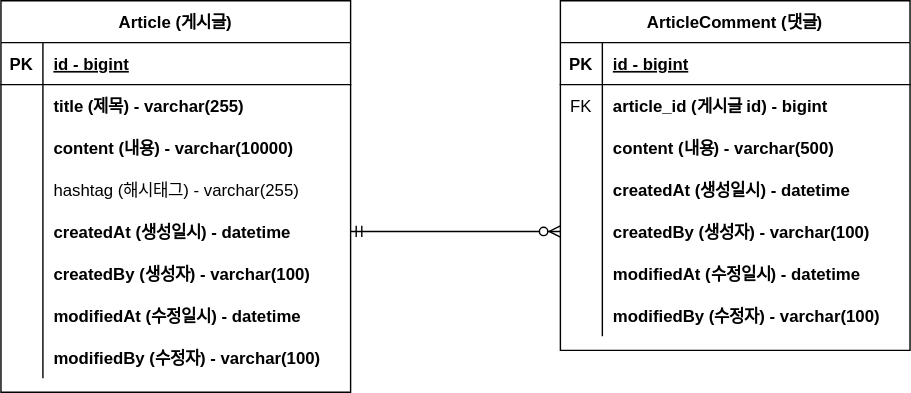
Above: document/project-board-erd.svg in mugon-jeong/fastcampus-project-board (draw.io), before the change. Source tidied: cells renumbered, new cells last; positions are measured from the earlier drawing's top-left corner, leaving out a move shared by most shapes.
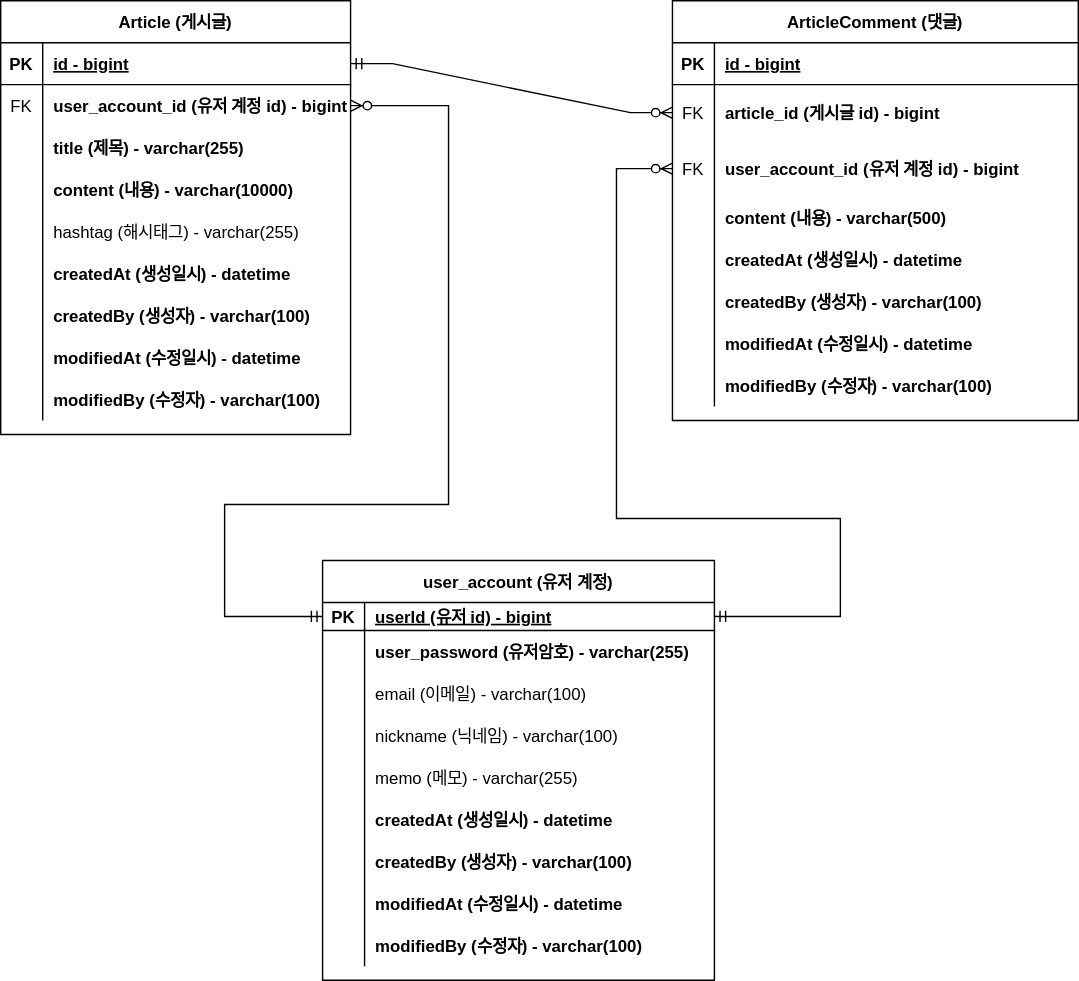
After the commit.

Commit message:
회원계정 도메인 erd 반영

Change to the diagram source:
```diff
@@ -3,7 +3,7 @@
     <mxCell id="0" />
     <mxCell id="1" parent="0" />
     <mxCell id="2" value="Article (게시글)" style="shape=table;startSize=30;rowLines=0;fontStyle=1;align=center;" parent="1" vertex="1">
-      <mxGeometry width="250" height="280" as="geometry" />
+      <mxGeometry width="250" height="310" as="geometry" />
     </mxCell>
     <mxCell id="3" style="shape=partialRectangle;fillColor=none;points=[[0,0.5],[1,0.5]];portConstraint=eastwest;top=0;left=0;right=0;bottom=1;" parent="2" vertex="1">
       <mxGeometry y="30" width="250" height="30" as="geometry" />
@@ -17,14 +17,23 @@
     <mxCell id="6" style="shape=partialRectangle;fillColor=none;points=[[0,0.5],[1,0.5]];portConstraint=eastwest;top=0;left=0;right=0;bottom=0;" parent="2" vertex="1">
       <mxGeometry y="60" width="250" height="30" as="geometry" />
     </mxCell>
-    <mxCell id="7" style="shape=partialRectangle;overflow=hidden;fillColor=none;top=0;left=0;bottom=0;right=0;" parent="6" vertex="1">
+    <mxCell id="7" value="FK" style="shape=partialRectangle;overflow=hidden;fillColor=none;top=0;left=0;bottom=0;right=0;" parent="6" vertex="1">
       <mxGeometry width="30" height="30" as="geometry" />
     </mxCell>
-    <mxCell id="8" value="title (제목) - varchar(255)" style="shape=partialRectangle;overflow=hidden;fillColor=none;top=0;left=0;bottom=0;right=0;align=left;spacingLeft=6;fontStyle=1;" parent="6" vertex="1">
+    <mxCell id="8" value="user_account_id (유저 계정 id) - bigint" style="shape=partialRectangle;overflow=hidden;fillColor=none;top=0;left=0;bottom=0;right=0;align=left;spacingLeft=6;fontStyle=1;" parent="6" vertex="1">
       <mxGeometry x="30" width="220" height="30" as="geometry" />
     </mxCell>
+    <mxCell id="50" style="shape=partialRectangle;fillColor=none;top=0;left=0;right=0;bottom=0;" parent="2" vertex="1">
+      <mxGeometry y="90" width="250" height="30" as="geometry" />
+    </mxCell>
+    <mxCell id="51" style="shape=partialRectangle;overflow=hidden;fillColor=none;top=0;left=0;bottom=0;right=0;" parent="50" vertex="1">
+      <mxGeometry width="30" height="30" as="geometry" />
+    </mxCell>
+    <mxCell id="52" value="title (제목) - varchar(255)" style="shape=partialRectangle;overflow=hidden;fillColor=none;top=0;left=0;bottom=0;right=0;align=left;spacingLeft=6;fontStyle=1;" parent="50" vertex="1">
+      <mxGeometry x="30" width="220" height="30" as="geometry" />
+    </mxCell>
     <mxCell id="9" style="shape=partialRectangle;fillColor=none;top=0;left=0;right=0;bottom=0;" parent="2" vertex="1">
-      <mxGeometry y="90" width="250" height="30" as="geometry" />
+      <mxGeometry y="120" width="250" height="30" as="geometry" />
     </mxCell>
     <mxCell id="10" style="shape=partialRectangle;overflow=hidden;fillColor=none;top=0;left=0;bottom=0;right=0;" parent="9" vertex="1">
       <mxGeometry width="30" height="30" as="geometry" />
@@ -33,7 +42,7 @@
       <mxGeometry x="30" width="220" height="30" as="geometry" />
     </mxCell>
     <mxCell id="12" style="shape=partialRectangle;fillColor=none;top=0;left=0;right=0;bottom=0;" parent="2" vertex="1">
-      <mxGeometry y="120" width="250" height="30" as="geometry" />
+      <mxGeometry y="150" width="250" height="30" as="geometry" />
     </mxCell>
     <mxCell id="13" style="shape=partialRectangle;overflow=hidden;fillColor=none;top=0;left=0;bottom=0;right=0;" parent="12" vertex="1">
       <mxGeometry width="30" height="30" as="geometry" />
@@ -42,7 +51,7 @@
       <mxGeometry x="30" width="220" height="30" as="geometry" />
     </mxCell>
     <mxCell id="15" style="shape=partialRectangle;fillColor=none;points=[[0,0.5],[1,0.5]];portConstraint=eastwest;top=0;left=0;right=0;bottom=0;" parent="2" vertex="1">
-      <mxGeometry y="150" width="250" height="30" as="geometry" />
+      <mxGeometry y="180" width="250" height="30" as="geometry" />
     </mxCell>
     <mxCell id="16" style="shape=partialRectangle;overflow=hidden;fillColor=none;top=0;left=0;bottom=0;right=0;" parent="15" vertex="1">
       <mxGeometry width="30" height="30" as="geometry" />
@@ -51,7 +60,7 @@
       <mxGeometry x="30" width="220" height="30" as="geometry" />
     </mxCell>
     <mxCell id="18" style="shape=partialRectangle;fillColor=none;top=0;left=0;right=0;bottom=0;" parent="2" vertex="1">
-      <mxGeometry y="180" width="250" height="30" as="geometry" />
+      <mxGeometry y="210" width="250" height="30" as="geometry" />
     </mxCell>
     <mxCell id="19" style="shape=partialRectangle;overflow=hidden;fillColor=none;top=0;left=0;bottom=0;right=0;" parent="18" vertex="1">
       <mxGeometry width="30" height="30" as="geometry" />
@@ -60,7 +69,7 @@
       <mxGeometry x="30" width="220" height="30" as="geometry" />
     </mxCell>
     <mxCell id="21" style="shape=partialRectangle;fillColor=none;top=0;left=0;right=0;bottom=0;" parent="2" vertex="1">
-      <mxGeometry y="210" width="250" height="30" as="geometry" />
+      <mxGeometry y="240" width="250" height="30" as="geometry" />
     </mxCell>
     <mxCell id="22" style="shape=partialRectangle;overflow=hidden;fillColor=none;top=0;left=0;bottom=0;right=0;" parent="21" vertex="1">
       <mxGeometry width="30" height="30" as="geometry" />
@@ -69,7 +78,7 @@
       <mxGeometry x="30" width="220" height="30" as="geometry" />
     </mxCell>
     <mxCell id="24" style="shape=partialRectangle;fillColor=none;top=0;left=0;right=0;bottom=0;" parent="2" vertex="1">
-      <mxGeometry y="240" width="250" height="30" as="geometry" />
+      <mxGeometry y="270" width="250" height="30" as="geometry" />
     </mxCell>
     <mxCell id="25" style="shape=partialRectangle;overflow=hidden;fillColor=none;top=0;left=0;bottom=0;right=0;" parent="24" vertex="1">
       <mxGeometry width="30" height="30" as="geometry" />
@@ -78,73 +87,186 @@
       <mxGeometry x="30" width="220" height="30" as="geometry" />
     </mxCell>
     <mxCell id="27" value="ArticleComment (댓글)" style="shape=table;startSize=30;rowLines=0;fontStyle=1;align=center;" parent="1" vertex="1">
-      <mxGeometry x="400" width="250" height="250" as="geometry" />
+      <mxGeometry x="480" width="290" height="300" as="geometry" />
     </mxCell>
     <mxCell id="28" style="shape=partialRectangle;fillColor=none;top=0;left=0;right=0;bottom=1;" parent="27" vertex="1">
-      <mxGeometry y="30" width="250" height="30" as="geometry" />
+      <mxGeometry y="30" width="290" height="30" as="geometry" />
     </mxCell>
     <mxCell id="29" value="PK" style="shape=partialRectangle;overflow=hidden;fillColor=none;top=0;left=0;bottom=0;right=0;fontStyle=1;" parent="28" vertex="1">
       <mxGeometry width="30" height="30" as="geometry" />
     </mxCell>
     <mxCell id="30" value="id - bigint" style="shape=partialRectangle;overflow=hidden;fillColor=none;top=0;left=0;bottom=0;right=0;align=left;spacingLeft=6;fontStyle=5;" parent="28" vertex="1">
-      <mxGeometry x="30" width="220" height="30" as="geometry" />
+      <mxGeometry x="30" width="260" height="30" as="geometry" />
     </mxCell>
     <mxCell id="31" style="shape=partialRectangle;fillColor=none;points=[[0,0.5],[1,0.5]];portConstraint=eastwest;top=0;left=0;right=0;bottom=0;" parent="27" vertex="1">
-      <mxGeometry y="60" width="250" height="30" as="geometry" />
+      <mxGeometry y="60" width="290" height="40" as="geometry" />
     </mxCell>
     <mxCell id="32" value="FK" style="shape=partialRectangle;overflow=hidden;fillColor=none;top=0;left=0;bottom=0;right=0;" parent="31" vertex="1">
-      <mxGeometry width="30" height="30" as="geometry" />
+      <mxGeometry width="30" height="40" as="geometry" />
     </mxCell>
     <mxCell id="33" value="article_id (게시글 id) - bigint" style="shape=partialRectangle;overflow=hidden;fillColor=none;top=0;left=0;bottom=0;right=0;align=left;spacingLeft=6;fontStyle=1;" parent="31" vertex="1">
-      <mxGeometry x="30" width="220" height="30" as="geometry" />
+      <mxGeometry x="30" width="260" height="40" as="geometry" />
     </mxCell>
+    <mxCell id="53" style="shape=partialRectangle;fillColor=none;points=[[0,0.5],[1,0.5]];portConstraint=eastwest;top=0;left=0;right=0;bottom=0;" parent="27" vertex="1">
+      <mxGeometry y="100" width="290" height="40" as="geometry" />
+    </mxCell>
+    <mxCell id="54" value="FK" style="shape=partialRectangle;overflow=hidden;fillColor=none;top=0;left=0;bottom=0;right=0;" parent="53" vertex="1">
+      <mxGeometry width="30" height="40" as="geometry" />
+    </mxCell>
+    <mxCell id="55" value="user_account_id (유저 계정 id) - bigint" style="shape=partialRectangle;overflow=hidden;fillColor=none;top=0;left=0;bottom=0;right=0;align=left;spacingLeft=6;fontStyle=1;" parent="53" vertex="1">
+      <mxGeometry x="30" width="260" height="40" as="geometry" />
+    </mxCell>
     <mxCell id="34" style="shape=partialRectangle;fillColor=none;top=0;left=0;right=0;bottom=0;" parent="27" vertex="1">
-      <mxGeometry y="90" width="250" height="30" as="geometry" />
+      <mxGeometry y="140" width="290" height="30" as="geometry" />
     </mxCell>
     <mxCell id="35" style="shape=partialRectangle;overflow=hidden;fillColor=none;top=0;left=0;bottom=0;right=0;" parent="34" vertex="1">
       <mxGeometry width="30" height="30" as="geometry" />
     </mxCell>
     <mxCell id="36" value="content (내용) - varchar(500)" style="shape=partialRectangle;overflow=hidden;fillColor=none;top=0;left=0;bottom=0;right=0;align=left;spacingLeft=6;fontStyle=1;" parent="34" vertex="1">
-      <mxGeometry x="30" width="220" height="30" as="geometry" />
+      <mxGeometry x="30" width="260" height="30" as="geometry" />
     </mxCell>
     <mxCell id="37" style="shape=partialRectangle;fillColor=none;top=0;left=0;right=0;bottom=0;" parent="27" vertex="1">
-      <mxGeometry y="120" width="250" height="30" as="geometry" />
+      <mxGeometry y="170" width="290" height="30" as="geometry" />
     </mxCell>
     <mxCell id="38" style="shape=partialRectangle;overflow=hidden;fillColor=none;top=0;left=0;bottom=0;right=0;" parent="37" vertex="1">
       <mxGeometry width="30" height="30" as="geometry" />
     </mxCell>
     <mxCell id="39" value="createdAt (생성일시) - datetime" style="shape=partialRectangle;overflow=hidden;fillColor=none;top=0;left=0;bottom=0;right=0;align=left;spacingLeft=6;fontStyle=1;" parent="37" vertex="1">
-      <mxGeometry x="30" width="220" height="30" as="geometry" />
+      <mxGeometry x="30" width="260" height="30" as="geometry" />
     </mxCell>
     <mxCell id="40" style="shape=partialRectangle;fillColor=none;points=[[0,0.5],[1,0.5]];portConstraint=eastwest;top=0;left=0;right=0;bottom=0;" parent="27" vertex="1">
-      <mxGeometry y="150" width="250" height="30" as="geometry" />
+      <mxGeometry y="200" width="290" height="30" as="geometry" />
     </mxCell>
     <mxCell id="41" style="shape=partialRectangle;overflow=hidden;fillColor=none;top=0;left=0;bottom=0;right=0;" parent="40" vertex="1">
       <mxGeometry width="30" height="30" as="geometry" />
     </mxCell>
     <mxCell id="42" value="createdBy (생성자) - varchar(100)" style="shape=partialRectangle;overflow=hidden;fillColor=none;top=0;left=0;bottom=0;right=0;align=left;spacingLeft=6;fontStyle=1;" parent="40" vertex="1">
-      <mxGeometry x="30" width="220" height="30" as="geometry" />
+      <mxGeometry x="30" width="260" height="30" as="geometry" />
     </mxCell>
     <mxCell id="43" style="shape=partialRectangle;fillColor=none;top=0;left=0;right=0;bottom=0;" parent="27" vertex="1">
-      <mxGeometry y="180" width="250" height="30" as="geometry" />
+      <mxGeometry y="230" width="290" height="30" as="geometry" />
     </mxCell>
     <mxCell id="44" style="shape=partialRectangle;overflow=hidden;fillColor=none;top=0;left=0;bottom=0;right=0;" parent="43" vertex="1">
       <mxGeometry width="30" height="30" as="geometry" />
     </mxCell>
     <mxCell id="45" value="modifiedAt (수정일시) - datetime" style="shape=partialRectangle;overflow=hidden;fillColor=none;top=0;left=0;bottom=0;right=0;align=left;spacingLeft=6;fontStyle=1;" parent="43" vertex="1">
-      <mxGeometry x="30" width="220" height="30" as="geometry" />
+      <mxGeometry x="30" width="260" height="30" as="geometry" />
     </mxCell>
     <mxCell id="46" style="shape=partialRectangle;fillColor=none;top=0;left=0;right=0;bottom=0;" parent="27" vertex="1">
-      <mxGeometry y="210" width="250" height="30" as="geometry" />
+      <mxGeometry y="260" width="290" height="30" as="geometry" />
     </mxCell>
     <mxCell id="47" style="shape=partialRectangle;overflow=hidden;fillColor=none;top=0;left=0;bottom=0;right=0;" parent="46" vertex="1">
       <mxGeometry width="30" height="30" as="geometry" />
     </mxCell>
     <mxCell id="48" value="modifiedBy (수정자) - varchar(100)" style="shape=partialRectangle;overflow=hidden;fillColor=none;top=0;left=0;bottom=0;right=0;align=left;spacingLeft=6;fontStyle=1;" parent="46" vertex="1">
-      <mxGeometry x="30" width="220" height="30" as="geometry" />
+      <mxGeometry x="30" width="260" height="30" as="geometry" />
     </mxCell>
-    <mxCell id="49" style="edgeStyle=entityRelationEdgeStyle;fontSize=12;html=1;endArrow=ERzeroToMany;startArrow=ERmandOne;rounded=0;exitX=1;exitY=0.5;exitDx=0;exitDy=0;entryX=0;entryY=0.5;entryDx=0;entryDy=0;" parent="1" edge="1" source="15" target="40">
+    <mxCell id="49" style="edgeStyle=entityRelationEdgeStyle;fontSize=12;html=1;endArrow=ERzeroToMany;startArrow=ERmandOne;rounded=0;exitX=1;exitY=0.5;exitDx=0;exitDy=0;entryX=0;entryY=0.5;entryDx=0;entryDy=0;" parent="1" edge="1" source="3" target="31">
       <mxGeometry relative="1" as="geometry" />
     </mxCell>
+    <mxCell id="56" value="user_account (유저 계정)" style="shape=table;startSize=30;rowLines=0;fontStyle=1;align=center;" parent="1" vertex="1">
+      <mxGeometry x="230" y="400" width="280" height="300" as="geometry" />
+    </mxCell>
+    <mxCell id="57" style="shape=partialRectangle;fillColor=none;points=[[0,0.5],[1,0.5]];portConstraint=eastwest;top=0;left=0;right=0;bottom=1;" parent="56" vertex="1">
+      <mxGeometry y="30" width="280" height="20" as="geometry" />
+    </mxCell>
+    <mxCell id="58" value="PK" style="shape=partialRectangle;overflow=hidden;fillColor=none;top=0;left=0;bottom=0;right=0;fontStyle=1;" parent="57" vertex="1">
+      <mxGeometry width="30" height="20" as="geometry" />
+    </mxCell>
+    <mxCell id="59" value="userId (유저 id) - bigint" style="shape=partialRectangle;overflow=hidden;fillColor=none;top=0;left=0;bottom=0;right=0;align=left;spacingLeft=6;fontStyle=5;" parent="57" vertex="1">
+      <mxGeometry x="30" width="250" height="20" as="geometry" />
+    </mxCell>
+    <mxCell id="60" style="shape=partialRectangle;fillColor=none;top=0;left=0;right=0;bottom=0;" parent="56" vertex="1">
+      <mxGeometry y="50" width="280" height="30" as="geometry" />
+    </mxCell>
+    <mxCell id="61" style="shape=partialRectangle;overflow=hidden;fillColor=none;top=0;left=0;bottom=0;right=0;" parent="60" vertex="1">
+      <mxGeometry width="30" height="30" as="geometry" />
+    </mxCell>
+    <mxCell id="62" value="user_password (유저암호) - varchar(255)" style="shape=partialRectangle;overflow=hidden;fillColor=none;top=0;left=0;bottom=0;right=0;align=left;spacingLeft=6;fontStyle=1;" parent="60" vertex="1">
+      <mxGeometry x="30" width="250" height="30" as="geometry" />
+    </mxCell>
+    <mxCell id="63" style="shape=partialRectangle;fillColor=none;top=0;left=0;right=0;bottom=0;" parent="56" vertex="1">
+      <mxGeometry y="80" width="280" height="30" as="geometry" />
+    </mxCell>
+    <mxCell id="64" style="shape=partialRectangle;overflow=hidden;fillColor=none;top=0;left=0;bottom=0;right=0;" parent="63" vertex="1">
+      <mxGeometry width="30" height="30" as="geometry" />
+    </mxCell>
+    <mxCell id="65" value="email (이메일) - varchar(100)" style="shape=partialRectangle;overflow=hidden;fillColor=none;top=0;left=0;bottom=0;right=0;align=left;spacingLeft=6;fontStyle=0;" parent="63" vertex="1">
+      <mxGeometry x="30" width="250" height="30" as="geometry" />
+    </mxCell>
+    <mxCell id="66" style="shape=partialRectangle;fillColor=none;top=0;left=0;right=0;bottom=0;" parent="56" vertex="1">
+      <mxGeometry y="110" width="280" height="30" as="geometry" />
+    </mxCell>
+    <mxCell id="67" style="shape=partialRectangle;overflow=hidden;fillColor=none;top=0;left=0;bottom=0;right=0;" parent="66" vertex="1">
+      <mxGeometry width="30" height="30" as="geometry" />
+    </mxCell>
+    <mxCell id="68" value="nickname (닉네임) - varchar(100)" style="shape=partialRectangle;overflow=hidden;fillColor=none;top=0;left=0;bottom=0;right=0;align=left;spacingLeft=6;" parent="66" vertex="1">
+      <mxGeometry x="30" width="250" height="30" as="geometry" />
+    </mxCell>
+    <mxCell id="69" style="shape=partialRectangle;fillColor=none;top=0;left=0;right=0;bottom=0;" parent="56" vertex="1">
+      <mxGeometry y="140" width="280" height="30" as="geometry" />
+    </mxCell>
+    <mxCell id="70" style="shape=partialRectangle;overflow=hidden;fillColor=none;top=0;left=0;bottom=0;right=0;" parent="69" vertex="1">
+      <mxGeometry width="30" height="30" as="geometry" />
+    </mxCell>
+    <mxCell id="71" value="memo (메모) - varchar(255)" style="shape=partialRectangle;overflow=hidden;fillColor=none;top=0;left=0;bottom=0;right=0;align=left;spacingLeft=6;" parent="69" vertex="1">
+      <mxGeometry x="30" width="250" height="30" as="geometry" />
+    </mxCell>
+    <mxCell id="72" style="shape=partialRectangle;fillColor=none;top=0;left=0;right=0;bottom=0;" parent="56" vertex="1">
+      <mxGeometry y="170" width="280" height="30" as="geometry" />
+    </mxCell>
+    <mxCell id="73" style="shape=partialRectangle;overflow=hidden;fillColor=none;top=0;left=0;bottom=0;right=0;" parent="72" vertex="1">
+      <mxGeometry width="30" height="30" as="geometry" />
+    </mxCell>
+    <mxCell id="74" value="createdAt (생성일시) - datetime" style="shape=partialRectangle;overflow=hidden;fillColor=none;top=0;left=0;bottom=0;right=0;align=left;spacingLeft=6;fontStyle=1;" parent="72" vertex="1">
+      <mxGeometry x="30" width="250" height="30" as="geometry" />
+    </mxCell>
+    <mxCell id="75" style="shape=partialRectangle;fillColor=none;top=0;left=0;right=0;bottom=0;" parent="56" vertex="1">
+      <mxGeometry y="200" width="280" height="30" as="geometry" />
+    </mxCell>
+    <mxCell id="76" style="shape=partialRectangle;overflow=hidden;fillColor=none;top=0;left=0;bottom=0;right=0;" parent="75" vertex="1">
+      <mxGeometry width="30" height="30" as="geometry" />
+    </mxCell>
+    <mxCell id="77" value="createdBy (생성자) - varchar(100)" style="shape=partialRectangle;overflow=hidden;fillColor=none;top=0;left=0;bottom=0;right=0;align=left;spacingLeft=6;fontStyle=1;" parent="75" vertex="1">
+      <mxGeometry x="30" width="250" height="30" as="geometry" />
+    </mxCell>
+    <mxCell id="78" style="shape=partialRectangle;fillColor=none;top=0;left=0;right=0;bottom=0;" parent="56" vertex="1">
+      <mxGeometry y="230" width="280" height="30" as="geometry" />
+    </mxCell>
+    <mxCell id="79" style="shape=partialRectangle;overflow=hidden;fillColor=none;top=0;left=0;bottom=0;right=0;" parent="78" vertex="1">
+      <mxGeometry width="30" height="30" as="geometry" />
+    </mxCell>
+    <mxCell id="80" value="modifiedAt (수정일시) - datetime" style="shape=partialRectangle;overflow=hidden;fillColor=none;top=0;left=0;bottom=0;right=0;align=left;spacingLeft=6;fontStyle=1;" parent="78" vertex="1">
+      <mxGeometry x="30" width="250" height="30" as="geometry" />
+    </mxCell>
+    <mxCell id="81" style="shape=partialRectangle;fillColor=none;top=0;left=0;right=0;bottom=0;" parent="56" vertex="1">
+      <mxGeometry y="260" width="280" height="30" as="geometry" />
+    </mxCell>
+    <mxCell id="82" style="shape=partialRectangle;overflow=hidden;fillColor=none;top=0;left=0;bottom=0;right=0;" parent="81" vertex="1">
+      <mxGeometry width="30" height="30" as="geometry" />
+    </mxCell>
+    <mxCell id="83" value="modifiedBy (수정자) - varchar(100)" style="shape=partialRectangle;overflow=hidden;fillColor=none;top=0;left=0;bottom=0;right=0;align=left;spacingLeft=6;fontStyle=1;" parent="81" vertex="1">
+      <mxGeometry x="30" width="250" height="30" as="geometry" />
+    </mxCell>
+    <mxCell id="84" style="fontSize=12;html=1;endArrow=ERzeroToMany;startArrow=ERmandOne;rounded=0;entryX=1;entryY=0.5;entryDx=0;entryDy=0;exitX=0;exitY=0.5;exitDx=0;exitDy=0;elbow=vertical;edgeStyle=orthogonalEdgeStyle;" parent="1" edge="1" source="57" target="6">
+      <mxGeometry relative="1" as="geometry">
+        <Array as="points">
+          <mxPoint x="160" y="440" />
+          <mxPoint x="160" y="360" />
+          <mxPoint x="320" y="360" />
+          <mxPoint x="320" y="75" />
+        </Array>
+      </mxGeometry>
+    </mxCell>
+    <mxCell id="85" style="fontSize=12;html=1;endArrow=ERzeroToMany;startArrow=ERmandOne;rounded=0;entryX=0;entryY=0.5;entryDx=0;entryDy=0;exitX=1;exitY=0.5;exitDx=0;exitDy=0;elbow=vertical;edgeStyle=orthogonalEdgeStyle;" parent="1" edge="1" source="57" target="53">
+      <mxGeometry relative="1" as="geometry">
+        <Array as="points">
+          <mxPoint x="600" y="440" />
+          <mxPoint x="600" y="370" />
+          <mxPoint x="440" y="370" />
+          <mxPoint x="440" y="120" />
+        </Array>
+      </mxGeometry>
+    </mxCell>
   </root>
 </mxGraphModel>
```
